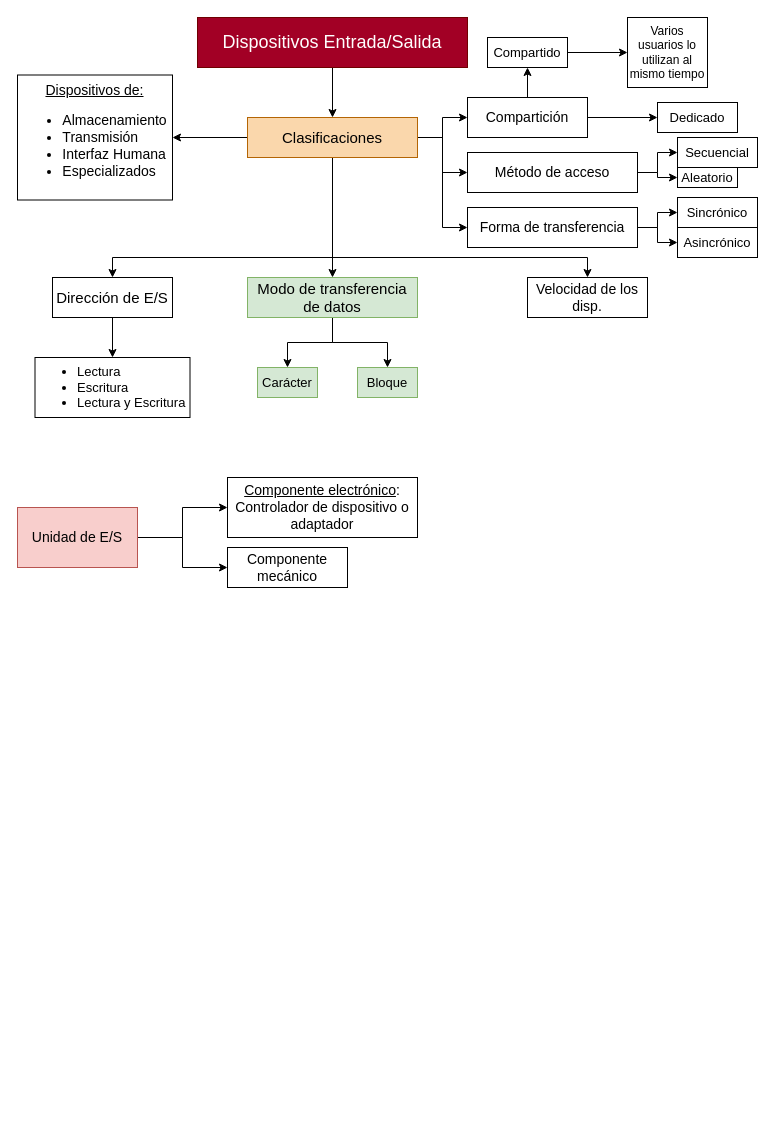
RMSabrina/Apuntes-Universitarios keeps this draw.io diagram as Sistemas Operativos 1/Clase 4 - Sist. op. 1.drawio. Above is the earlier version. Source tidied: cells renumbered, new cells numbered last; positions are measured from the earlier drawing's top-left corner, leaving out a move shared by most shapes. Both pictures are drawn from the tidied source at 100%, with x=0, y=0 at pixel (17, 17).
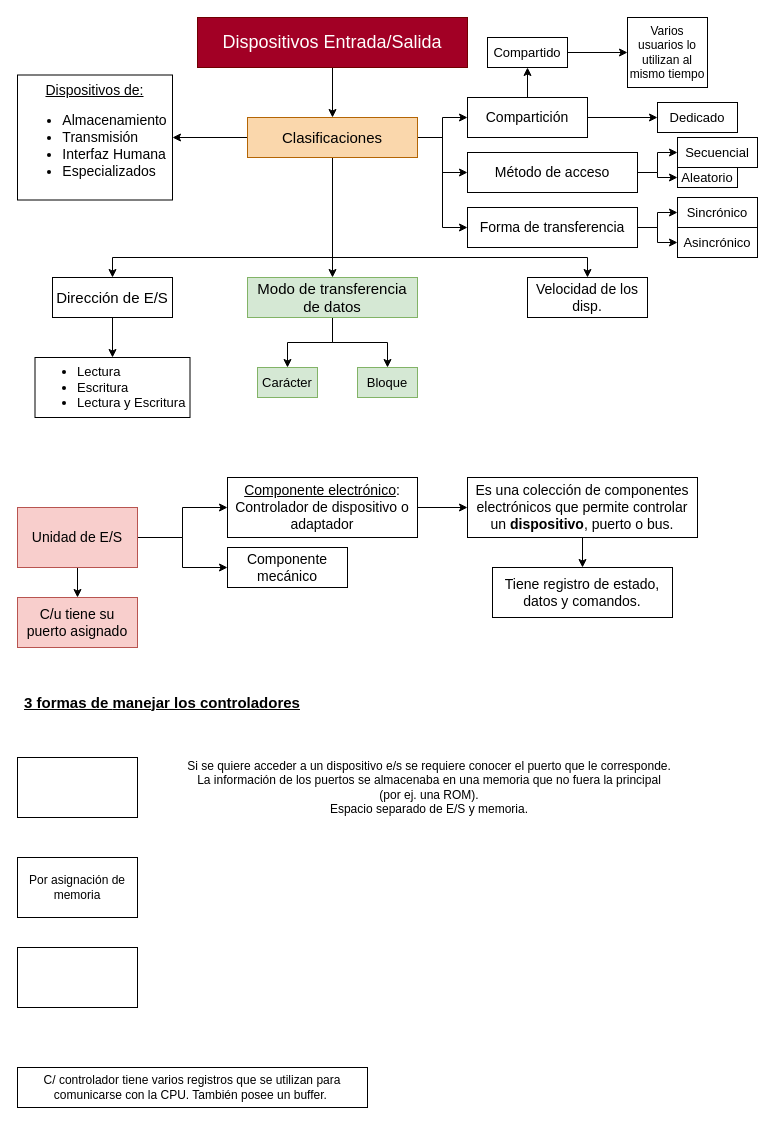
Above is the later version.

Unchanged cells that the change refers to:
```xml
<mxCell id="42" value="&lt;font style=&quot;font-size: 14px;&quot;&gt;Unidad de E/S&lt;/font&gt;" style="rounded=0;whiteSpace=wrap;html=1;fillColor=#f8cecc;strokeColor=#b85450;" parent="1" vertex="1">
  <mxGeometry y="490" width="120" height="60" as="geometry" />
</mxCell>
<mxCell id="43" value="&lt;font style=&quot;font-size: 14px;&quot;&gt;&lt;u&gt;Componente electrónico&lt;/u&gt;: Controlador de dispositivo o adaptador&lt;/font&gt;" style="rounded=0;whiteSpace=wrap;html=1;" parent="1" vertex="1">
  <mxGeometry x="210" y="460" width="190" height="60" as="geometry" />
</mxCell>
```

The edit, as a diff of the source:
```diff
@@
+    <mxCell id="45" style="edgeStyle=orthogonalEdgeStyle;rounded=0;jettySize=auto;html=1;exitX=0.5;exitY=1;exitDx=0;exitDy=0;" parent="1" edge="1" source="42" target="51">
+      <mxGeometry relative="1" as="geometry" />
+    </mxCell>
@@
+    <mxCell id="46" style="edgeStyle=orthogonalEdgeStyle;rounded=0;jettySize=auto;html=1;exitX=1;exitY=0.5;exitDx=0;exitDy=0;" parent="1" edge="1" source="43" target="48">
+      <mxGeometry relative="1" as="geometry" />
+    </mxCell>
@@
+    <mxCell id="47" style="edgeStyle=orthogonalEdgeStyle;rounded=0;jettySize=auto;html=1;exitX=0.5;exitY=1;exitDx=0;exitDy=0;" parent="1" edge="1" source="48" target="49">
+      <mxGeometry relative="1" as="geometry" />
+    </mxCell>
+    <mxCell id="48" value="&lt;span style=&quot;font-size: 14px;&quot;&gt;Es una colección de componentes electrónicos que permite controlar un &lt;b&gt;dispositivo&lt;/b&gt;, puerto o bus.&lt;/span&gt;" style="rounded=0;whiteSpace=wrap;html=1;" parent="1" vertex="1">
+      <mxGeometry x="450" y="460" width="230" height="60" as="geometry" />
+    </mxCell>
+    <mxCell id="49" value="&lt;span style=&quot;font-size: 14px;&quot;&gt;Tiene registro de estado, datos y comandos.&lt;/span&gt;" style="rounded=0;whiteSpace=wrap;html=1;" parent="1" vertex="1">
+      <mxGeometry x="475" y="550" width="180" height="50" as="geometry" />
+    </mxCell>
+    <mxCell id="50" value="3 formas de &lt;font style=&quot;font-size: 15px;&quot;&gt;manejar los controladores&lt;/font&gt;" style="text;html=1;strokeColor=none;fillColor=none;align=center;verticalAlign=middle;whiteSpace=wrap;rounded=0;fontSize=15;fontStyle=5;" parent="1" vertex="1">
+      <mxGeometry y="670" width="290" height="30" as="geometry" />
+    </mxCell>
+    <mxCell id="51" value="&lt;font style=&quot;font-size: 14px;&quot;&gt;C/u tiene su puerto asignado&lt;/font&gt;" style="rounded=0;whiteSpace=wrap;html=1;fillColor=#f8cecc;strokeColor=#b85450;" parent="1" vertex="1">
+      <mxGeometry y="580" width="120" height="50" as="geometry" />
+    </mxCell>
+    <mxCell id="52" value="Por asignación de memoria" style="rounded=0;whiteSpace=wrap;html=1;" parent="1" vertex="1">
+      <mxGeometry y="840" width="120" height="60" as="geometry" />
+    </mxCell>
+    <mxCell id="53" style="rounded=0;whiteSpace=wrap;html=1;" parent="1" vertex="1">
+      <mxGeometry y="740" width="120" height="60" as="geometry" />
+    </mxCell>
+    <mxCell id="54" style="rounded=0;whiteSpace=wrap;html=1;" parent="1" vertex="1">
+      <mxGeometry y="930" width="120" height="60" as="geometry" />
+    </mxCell>
+    <mxCell id="55" value="Si se quiere acceder a un dispositivo e/s se requiere conocer el puerto que le corresponde. La información de los puertos se almacenaba en una memoria que no fuera la principal (por ej. una ROM).&lt;br&gt;Espacio separado de E/S y memoria." style="text;html=1;strokeColor=none;fillColor=none;align=center;verticalAlign=middle;whiteSpace=wrap;rounded=0;" parent="1" vertex="1">
+      <mxGeometry x="167.5" y="731.2" width="487.5" height="77.5" as="geometry" />
+    </mxCell>
+    <mxCell id="56" value="C/ controlador tiene varios registros que se utilizan para comunicarse con la CPU. También posee un buffer.&amp;nbsp;" style="text;html=1;align=center;verticalAlign=middle;whiteSpace=wrap;rounded=0;strokeColor=default;" parent="1" vertex="1">
+      <mxGeometry y="1050" width="350" height="40" as="geometry" />
+    </mxCell>
```
